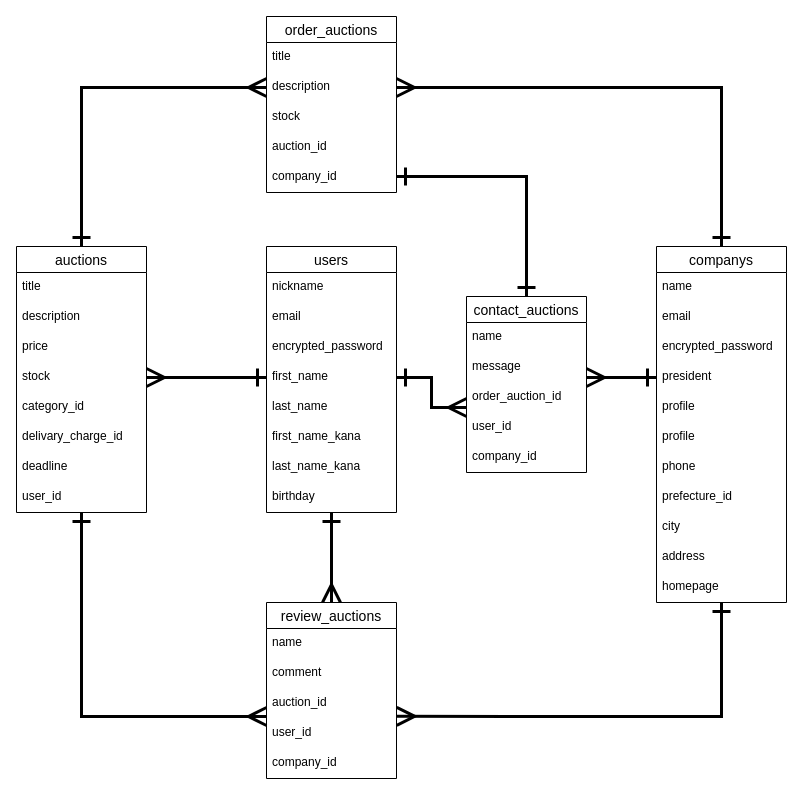
This is DB_ER_Auction.dio from Sashimi0343/losstop, a draw.io file, before an edit. Source tidied: cells renumbered, new cells numbered last; positions are measured from the earlier drawing's top-left corner, leaving out a move shared by most shapes. Both pictures are drawn from the tidied source at 100%, with x=0, y=0 at pixel (16, 16).
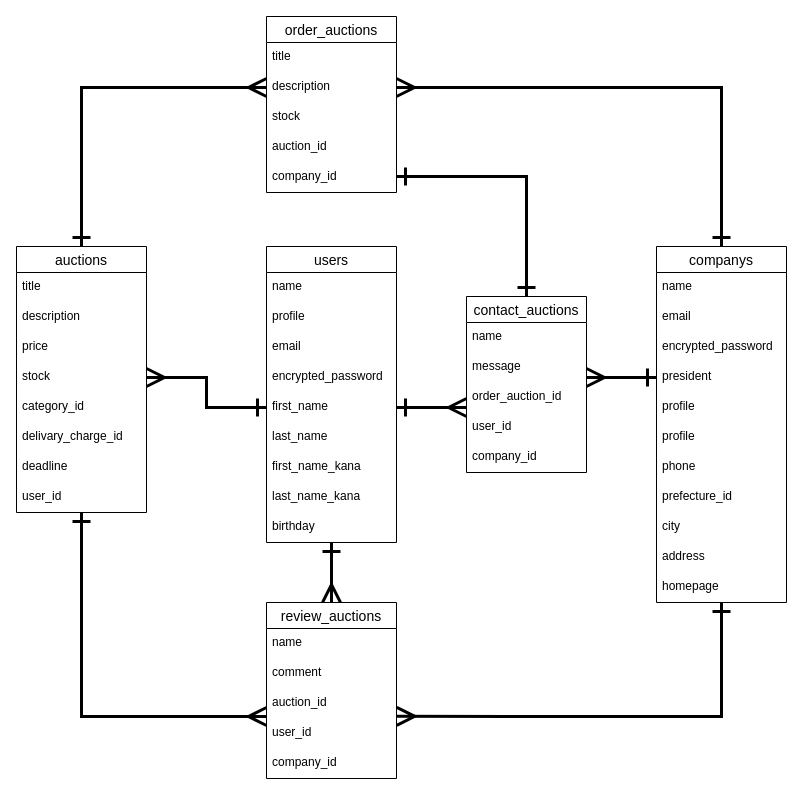
After the change.

What changed in the source:
```diff
@@
     <mxCell id="23" value="users" style="swimlane;fontStyle=0;horizontal=1;startSize=26;align=center;fontSize=14;" parent="1" vertex="1">
-      <mxGeometry x="250" y="230" width="130" height="266" as="geometry" />
+      <mxGeometry x="250" y="230" width="130" height="296" as="geometry" />
     </mxCell>
+    <mxCell id="59" value="name" style="text;strokeColor=none;fillColor=none;spacingLeft=4;spacingRight=4;overflow=hidden;fontSize=12;" parent="23" vertex="1">
+      <mxGeometry y="26" width="130" height="30" as="geometry" />
+    </mxCell>
-    <mxCell id="24" value="nickname" style="text;strokeColor=none;fillColor=none;spacingLeft=4;spacingRight=4;overflow=hidden;fontSize=12;" parent="23" vertex="1">
-      <mxGeometry y="26" width="130" height="30" as="geometry" />
+    <mxCell id="24" value="profile" style="text;strokeColor=none;fillColor=none;spacingLeft=4;spacingRight=4;overflow=hidden;fontSize=12;" parent="23" vertex="1">
+      <mxGeometry y="56" width="130" height="30" as="geometry" />
     </mxCell>
     <mxCell id="25" value="email" style="text;strokeColor=none;fillColor=none;spacingLeft=4;spacingRight=4;overflow=hidden;fontSize=12;" parent="23" vertex="1">
-      <mxGeometry y="56" width="130" height="30" as="geometry" />
+      <mxGeometry y="86" width="130" height="30" as="geometry" />
     </mxCell>
     <mxCell id="26" value="encrypted_password" style="text;strokeColor=none;fillColor=none;spacingLeft=4;spacingRight=4;overflow=hidden;fontSize=12;" parent="23" vertex="1">
-      <mxGeometry y="86" width="130" height="30" as="geometry" />
+      <mxGeometry y="116" width="130" height="30" as="geometry" />
     </mxCell>
     <mxCell id="27" value="first_name" style="text;strokeColor=none;fillColor=none;spacingLeft=4;spacingRight=4;overflow=hidden;points=[[0,0.5],[1,0.5]];portConstraint=eastwest;fontSize=12;" parent="23" vertex="1">
-      <mxGeometry y="116" width="130" height="30" as="geometry" />
+      <mxGeometry y="146" width="130" height="30" as="geometry" />
     </mxCell>
     <mxCell id="28" value="last_name" style="text;strokeColor=none;fillColor=none;spacingLeft=4;spacingRight=4;overflow=hidden;fontSize=12;" parent="23" vertex="1">
-      <mxGeometry y="146" width="130" height="30" as="geometry" />
+      <mxGeometry y="176" width="130" height="30" as="geometry" />
     </mxCell>
     <mxCell id="29" value="first_name_kana" style="text;strokeColor=none;fillColor=none;spacingLeft=4;spacingRight=4;overflow=hidden;fontSize=12;" parent="23" vertex="1">
-      <mxGeometry y="176" width="130" height="30" as="geometry" />
+      <mxGeometry y="206" width="130" height="30" as="geometry" />
     </mxCell>
     <mxCell id="30" value="last_name_kana" style="text;strokeColor=none;fillColor=none;spacingLeft=4;spacingRight=4;overflow=hidden;fontSize=12;" parent="23" vertex="1">
-      <mxGeometry y="206" width="130" height="30" as="geometry" />
+      <mxGeometry y="236" width="130" height="30" as="geometry" />
     </mxCell>
     <mxCell id="31" value="birthday" style="text;strokeColor=none;fillColor=none;spacingLeft=4;spacingRight=4;overflow=hidden;fontSize=12;" parent="23" vertex="1">
-      <mxGeometry y="236" width="130" height="30" as="geometry" />
+      <mxGeometry y="266" width="130" height="30" as="geometry" />
     </mxCell>
```
